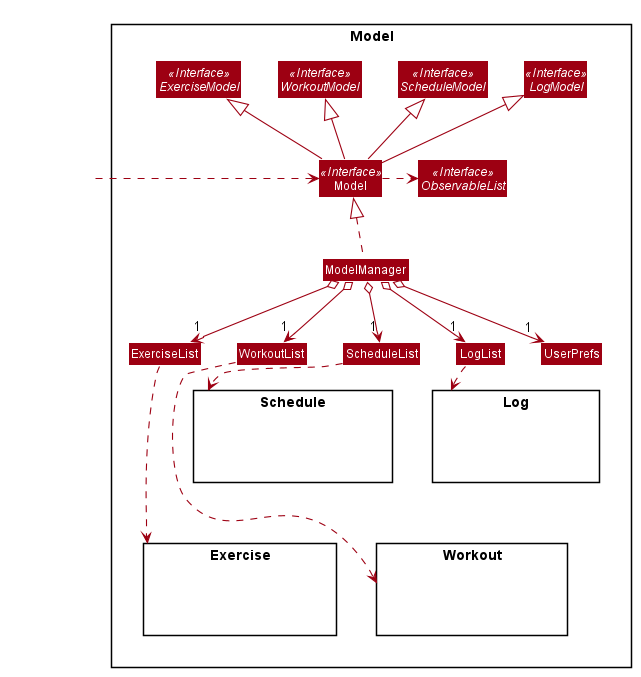
nus-cs2103-AY1920S2/addressbook-level3 keeps this PlantUML diagram as docs/images/ModelClassDiagram.png. Above is the earlier version.
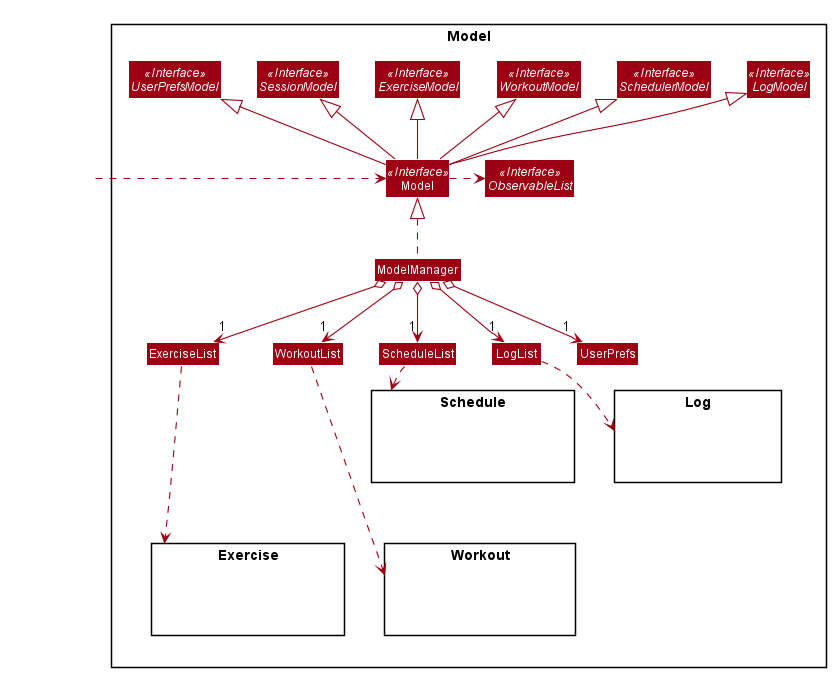
Above is the later version.

Commit message:
edit Logic, Model and Storage Class Diagrams

What changed in the source:
```diff
@@ -55,9 +55,11 @@
 
 Package Model <<Rectangle>> {
     Interface Model <<Interface>>
+    Interface UserPrefsModel <<Interface>>
+    Interface SessionModel <<Interface>>
     Interface ExerciseModel <<Interface>>
     Interface WorkoutModel <<Interface>>
-    Interface ScheduleModel <<Interface>>
+    Interface SchedulerModel <<Interface>>
     Interface LogModel <<Interface>>
     Interface ObservableList <<Interface>>
 
@@ -79,7 +81,7 @@
     }
 
     Package Schedule {
-        Class HiddenScheduleModel #FFFFFF
+        Class HiddenSchedulerModel #FFFFFF
     }
 
     Package Log {
@@ -90,9 +92,11 @@
 Class HiddenOutside #FFFFFF
 HiddenOutside .right.> Model
 
+Model -up-|> UserPrefsModel
+Model -up-|> SessionModel
 Model -up-|> ExerciseModel
 Model -up-|> WorkoutModel
-Model -up-|> ScheduleModel
+Model -up-|> SchedulerModel
 Model -up-|> LogModel
 Model .right.> ObservableList
 
```
